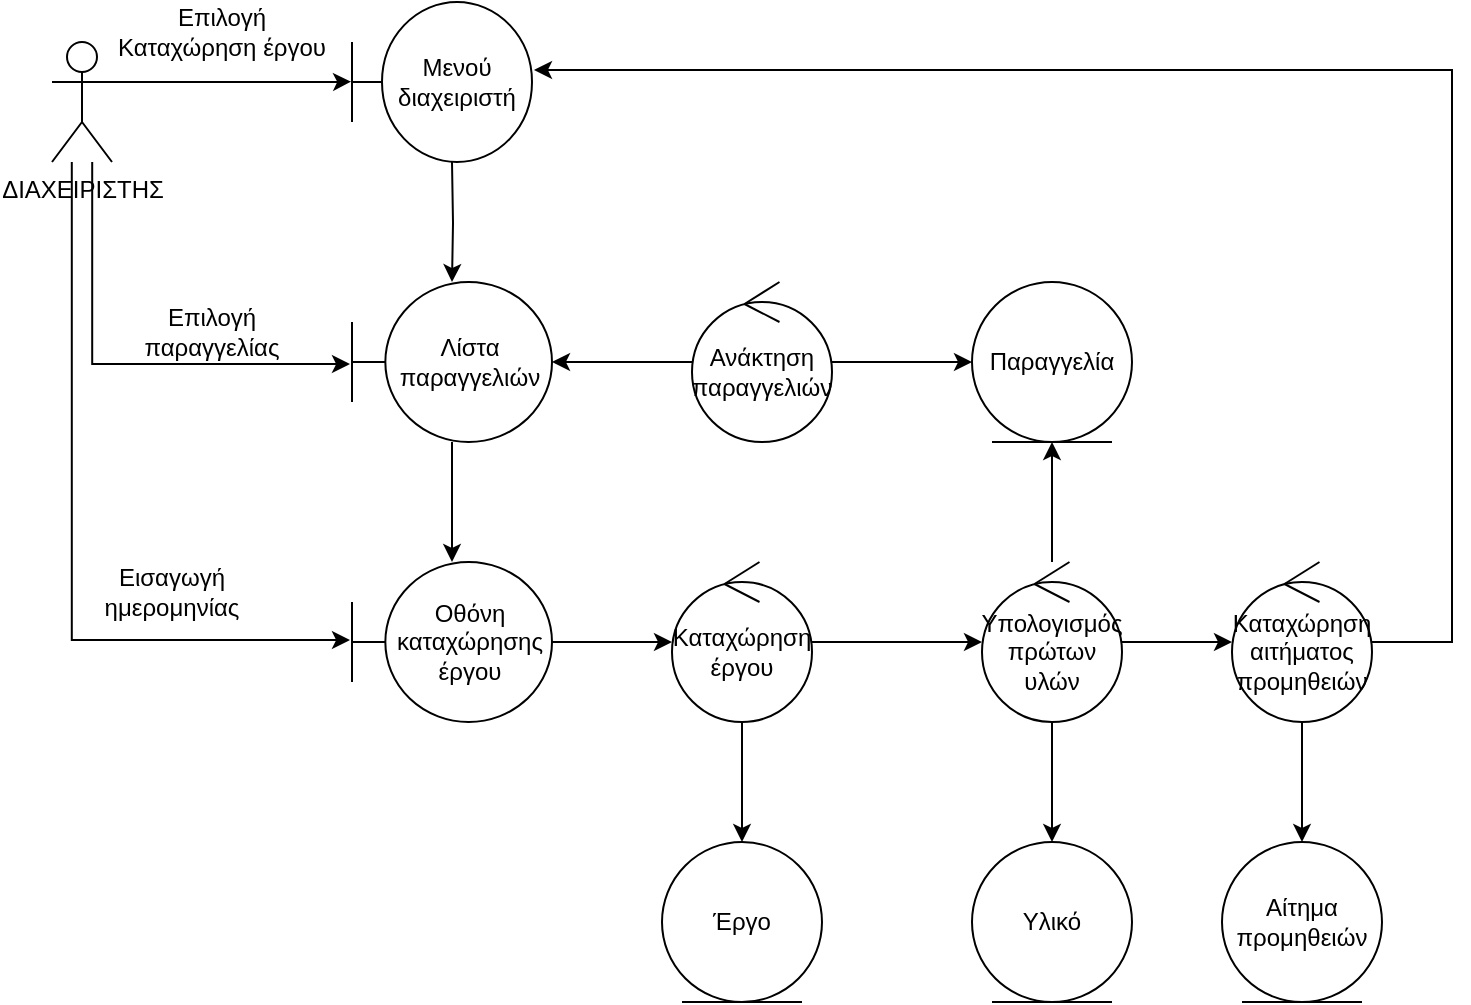
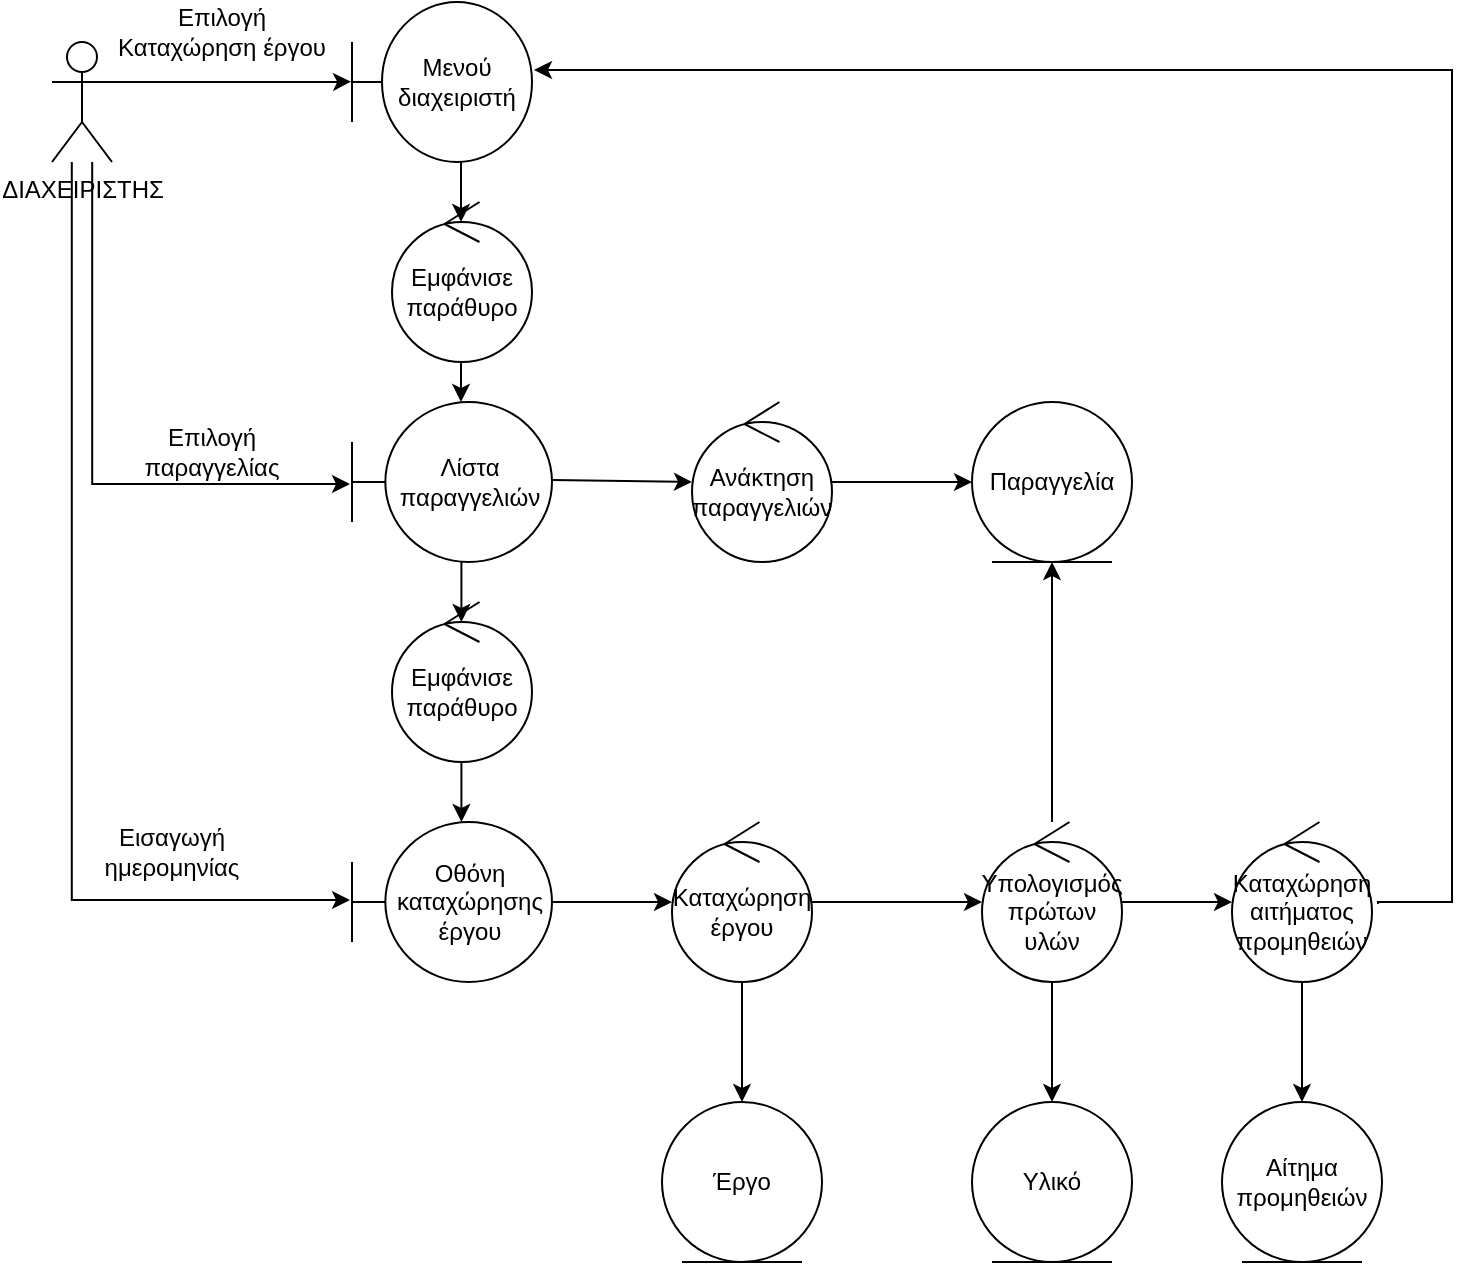
<mxfile host="Electron">
  <diagram name="Page-1" id="KaXBHMN9nKNjOLRxAqfw">
    <mxGraphModel dx="1414" dy="883" grid="1" gridSize="10" guides="1" tooltips="1" connect="1" arrows="1" fold="1" page="1" pageScale="1" pageWidth="1169" pageHeight="827" math="0" shadow="0">
      <root>
        <mxCell id="0" />
        <mxCell id="1" parent="0" />
        <mxCell id="C7lFtEQ3tHzBhNkcPl6a-1" parent="1" style="shape=umlActor;verticalLabelPosition=bottom;verticalAlign=top;html=1;outlineConnect=0;points=[[0,0.3333333333333333,0,0,0],[0,1,0,0,0],[0.25,0.1,0,0,0],[0.33,1,0,0,0],[0.5,0,0,0,0],[0.5,0.5,0,0,0],[0.67,1,0,0,0],[0.75,0.1,0,0,0],[1,0.25,0,0,0],[1,0.3333333333333333,0,0,0],[1,0.5,0,0,0],[1,0.75,0,0,0],[1,1,0,0,0]];" value="ΔΙΑΧΕΙΡΙΣΤΗΣ" vertex="1">
          <mxGeometry height="60" width="30" x="50" y="60" as="geometry" />
        </mxCell>
        <mxCell id="WimlP_M1-8_oz9CWzMH8-1" parent="1" style="shape=umlBoundary;whiteSpace=wrap;html=1;" value="Μενού διαχειριστή" vertex="1">
          <mxGeometry height="80" width="90" x="200" y="40" as="geometry" />
        </mxCell>
        <mxCell id="WimlP_M1-8_oz9CWzMH8-2" edge="1" parent="1" source="C7lFtEQ3tHzBhNkcPl6a-1" style="edgeStyle=orthogonalEdgeStyle;rounded=0;orthogonalLoop=1;jettySize=auto;html=1;exitX=1;exitY=0.3333333333333333;exitDx=0;exitDy=0;exitPerimeter=0;entryX=-0.005;entryY=0.498;entryDx=0;entryDy=0;entryPerimeter=0;" target="WimlP_M1-8_oz9CWzMH8-1">
          <mxGeometry relative="1" as="geometry">
            <Array as="points">
              <mxPoint x="190" y="80" />
              <mxPoint x="190" y="80" />
            </Array>
          </mxGeometry>
        </mxCell>
-         <mxCell id="2xPJlOj5t_SXnue6t3Ja-3" edge="1" parent="1" style="edgeStyle=orthogonalEdgeStyle;rounded=0;orthogonalLoop=1;jettySize=auto;html=1;" target="2xPJlOj5t_SXnue6t3Ja-2" value="">
-           <mxGeometry relative="1" as="geometry">
-             <mxPoint x="250" y="120" as="sourcePoint" />
-           </mxGeometry>
-         </mxCell>
        <mxCell id="WimlP_M1-8_oz9CWzMH8-9" parent="1" style="text;html=1;whiteSpace=wrap;strokeColor=none;fillColor=none;align=center;verticalAlign=middle;rounded=0;" value="Επιλογή Καταχώρηση έργου" vertex="1">
          <mxGeometry height="30" width="110" x="80" y="40" as="geometry" />
        </mxCell>
-         <mxCell id="2xPJlOj5t_SXnue6t3Ja-12" edge="1" parent="1" source="2xPJlOj5t_SXnue6t3Ja-2" style="edgeStyle=orthogonalEdgeStyle;rounded=0;orthogonalLoop=1;jettySize=auto;html=1;" target="2xPJlOj5t_SXnue6t3Ja-11" value="">
-           <mxGeometry relative="1" as="geometry" />
-         </mxCell>
        <mxCell id="2xPJlOj5t_SXnue6t3Ja-2" parent="1" style="shape=umlBoundary;whiteSpace=wrap;html=1;" value="Λίστα παραγγελιών" vertex="1">
-           <mxGeometry height="80" width="100" x="200" y="180" as="geometry" />
+           <mxGeometry height="80" width="100" x="200" y="240" as="geometry" />
        </mxCell>
        <mxCell id="2xPJlOj5t_SXnue6t3Ja-5" parent="1" style="ellipse;shape=umlEntity;whiteSpace=wrap;html=1;" value="Παραγγελία" vertex="1">
-           <mxGeometry height="80" width="80" x="510" y="180" as="geometry" />
+           <mxGeometry height="80" width="80" x="510" y="240" as="geometry" />
        </mxCell>
        <mxCell id="2xPJlOj5t_SXnue6t3Ja-7" edge="1" parent="1" source="2xPJlOj5t_SXnue6t3Ja-6" style="edgeStyle=orthogonalEdgeStyle;rounded=0;orthogonalLoop=1;jettySize=auto;html=1;" target="2xPJlOj5t_SXnue6t3Ja-5" value="">
          <mxGeometry relative="1" as="geometry" />
        </mxCell>
-         <mxCell id="2xPJlOj5t_SXnue6t3Ja-8" edge="1" parent="1" source="2xPJlOj5t_SXnue6t3Ja-6" style="edgeStyle=orthogonalEdgeStyle;rounded=0;orthogonalLoop=1;jettySize=auto;html=1;" target="2xPJlOj5t_SXnue6t3Ja-2" value="">
-           <mxGeometry relative="1" as="geometry" />
-         </mxCell>
        <mxCell id="2xPJlOj5t_SXnue6t3Ja-6" parent="1" style="ellipse;shape=umlControl;whiteSpace=wrap;html=1;" value="Ανάκτηση παραγγελιών" vertex="1">
-           <mxGeometry height="80" width="70" x="370" y="180" as="geometry" />
+           <mxGeometry height="80" width="70" x="370" y="240" as="geometry" />
        </mxCell>
        <mxCell id="2xPJlOj5t_SXnue6t3Ja-9" edge="1" parent="1" source="C7lFtEQ3tHzBhNkcPl6a-1" style="edgeStyle=orthogonalEdgeStyle;rounded=0;orthogonalLoop=1;jettySize=auto;html=1;exitX=0.67;exitY=1;exitDx=0;exitDy=0;exitPerimeter=0;entryX=-0.01;entryY=0.513;entryDx=0;entryDy=0;entryPerimeter=0;" target="2xPJlOj5t_SXnue6t3Ja-2">
          <mxGeometry relative="1" as="geometry" />
        </mxCell>
        <mxCell id="fHyCRIOJW-IVuTnZ7hrj-6" edge="1" parent="1" source="2xPJlOj5t_SXnue6t3Ja-11" style="edgeStyle=orthogonalEdgeStyle;rounded=0;orthogonalLoop=1;jettySize=auto;html=1;" target="fHyCRIOJW-IVuTnZ7hrj-5" value="">
          <mxGeometry relative="1" as="geometry" />
        </mxCell>
        <mxCell id="2xPJlOj5t_SXnue6t3Ja-11" parent="1" style="shape=umlBoundary;whiteSpace=wrap;html=1;" value="Οθόνη καταχώρησης έργου" vertex="1">
-           <mxGeometry height="80" width="100" x="200" y="320" as="geometry" />
+           <mxGeometry height="80" width="100" x="200" y="450" as="geometry" />
        </mxCell>
        <mxCell id="2xPJlOj5t_SXnue6t3Ja-13" edge="1" parent="1" source="C7lFtEQ3tHzBhNkcPl6a-1" style="edgeStyle=orthogonalEdgeStyle;rounded=0;orthogonalLoop=1;jettySize=auto;html=1;exitX=0.33;exitY=1;exitDx=0;exitDy=0;exitPerimeter=0;entryX=-0.01;entryY=0.488;entryDx=0;entryDy=0;entryPerimeter=0;" target="2xPJlOj5t_SXnue6t3Ja-11">
          <mxGeometry relative="1" as="geometry" />
        </mxCell>
        <mxCell id="fHyCRIOJW-IVuTnZ7hrj-12" edge="1" parent="1" source="IKpBRLDt8YzAEpCAvlKo-8" style="edgeStyle=orthogonalEdgeStyle;rounded=0;orthogonalLoop=1;jettySize=auto;html=1;" target="fHyCRIOJW-IVuTnZ7hrj-11" value="">
          <mxGeometry relative="1" as="geometry" />
        </mxCell>
        <mxCell id="fHyCRIOJW-IVuTnZ7hrj-14" edge="1" parent="1" source="IKpBRLDt8YzAEpCAvlKo-8" style="edgeStyle=orthogonalEdgeStyle;rounded=0;orthogonalLoop=1;jettySize=auto;html=1;" target="2xPJlOj5t_SXnue6t3Ja-5" value="">
          <mxGeometry relative="1" as="geometry" />
        </mxCell>
        <mxCell id="fHyCRIOJW-IVuTnZ7hrj-17" edge="1" parent="1" source="IKpBRLDt8YzAEpCAvlKo-8" style="edgeStyle=orthogonalEdgeStyle;rounded=0;orthogonalLoop=1;jettySize=auto;html=1;" target="fHyCRIOJW-IVuTnZ7hrj-16" value="">
          <mxGeometry relative="1" as="geometry" />
        </mxCell>
        <mxCell id="IKpBRLDt8YzAEpCAvlKo-8" parent="1" style="ellipse;shape=umlControl;whiteSpace=wrap;html=1;" value="Υπολογισμός πρώτων υλών" vertex="1">
-           <mxGeometry height="80" width="70" x="515" y="320" as="geometry" />
+           <mxGeometry height="80" width="70" x="515" y="450" as="geometry" />
        </mxCell>
        <mxCell id="BqQFBEZ0WxLTW4-dQDDD-11" parent="1" style="ellipse;shape=umlEntity;whiteSpace=wrap;html=1;" value="Έργο" vertex="1">
-           <mxGeometry height="80" width="80" x="355" y="460" as="geometry" />
+           <mxGeometry height="80" width="80" x="355" y="590" as="geometry" />
        </mxCell>
        <mxCell id="fHyCRIOJW-IVuTnZ7hrj-2" parent="1" style="text;html=1;whiteSpace=wrap;strokeColor=none;fillColor=none;align=center;verticalAlign=middle;rounded=0;" value="Επιλογή παραγγελίας" vertex="1">
-           <mxGeometry height="30" width="60" x="100" y="190" as="geometry" />
+           <mxGeometry height="30" width="60" x="100" y="250" as="geometry" />
        </mxCell>
        <mxCell id="fHyCRIOJW-IVuTnZ7hrj-3" parent="1" style="text;html=1;whiteSpace=wrap;strokeColor=none;fillColor=none;align=center;verticalAlign=middle;rounded=0;" value="Εισαγωγή ημερομηνίας" vertex="1">
-           <mxGeometry height="30" width="60" x="80" y="320" as="geometry" />
+           <mxGeometry height="30" width="60" x="80" y="450" as="geometry" />
        </mxCell>
        <mxCell id="fHyCRIOJW-IVuTnZ7hrj-7" edge="1" parent="1" source="fHyCRIOJW-IVuTnZ7hrj-5" style="edgeStyle=orthogonalEdgeStyle;rounded=0;orthogonalLoop=1;jettySize=auto;html=1;" target="BqQFBEZ0WxLTW4-dQDDD-11" value="">
          <mxGeometry relative="1" as="geometry" />
        </mxCell>
        <mxCell id="fHyCRIOJW-IVuTnZ7hrj-8" edge="1" parent="1" source="fHyCRIOJW-IVuTnZ7hrj-5" style="edgeStyle=orthogonalEdgeStyle;rounded=0;orthogonalLoop=1;jettySize=auto;html=1;" target="IKpBRLDt8YzAEpCAvlKo-8" value="">
          <mxGeometry relative="1" as="geometry" />
        </mxCell>
        <mxCell id="fHyCRIOJW-IVuTnZ7hrj-5" parent="1" style="ellipse;shape=umlControl;whiteSpace=wrap;html=1;" value="Καταχώρηση έργου" vertex="1">
-           <mxGeometry height="80" width="70" x="360" y="320" as="geometry" />
+           <mxGeometry height="80" width="70" x="360" y="450" as="geometry" />
        </mxCell>
        <mxCell id="fHyCRIOJW-IVuTnZ7hrj-10" parent="1" style="ellipse;shape=umlEntity;whiteSpace=wrap;html=1;" value="Αίτημα προμηθειών" vertex="1">
-           <mxGeometry height="80" width="80" x="635" y="460" as="geometry" />
+           <mxGeometry height="80" width="80" x="635" y="590" as="geometry" />
        </mxCell>
        <mxCell id="fHyCRIOJW-IVuTnZ7hrj-13" edge="1" parent="1" source="fHyCRIOJW-IVuTnZ7hrj-11" style="edgeStyle=orthogonalEdgeStyle;rounded=0;orthogonalLoop=1;jettySize=auto;html=1;" target="fHyCRIOJW-IVuTnZ7hrj-10" value="">
          <mxGeometry relative="1" as="geometry" />
        </mxCell>
        <mxCell id="fHyCRIOJW-IVuTnZ7hrj-11" parent="1" style="ellipse;shape=umlControl;whiteSpace=wrap;html=1;" value="Καταχώρηση αιτήματος προμηθειών" vertex="1">
-           <mxGeometry height="80" width="70" x="640" y="320" as="geometry" />
+           <mxGeometry height="80" width="70" x="640" y="450" as="geometry" />
        </mxCell>
        <mxCell id="fHyCRIOJW-IVuTnZ7hrj-16" parent="1" style="ellipse;shape=umlEntity;whiteSpace=wrap;html=1;" value="Υλικό" vertex="1">
-           <mxGeometry height="80" width="80" x="510" y="460" as="geometry" />
+           <mxGeometry height="80" width="80" x="510" y="590" as="geometry" />
        </mxCell>
-         <mxCell id="fHyCRIOJW-IVuTnZ7hrj-18" edge="1" parent="1" style="endArrow=classic;html=1;rounded=0;edgeStyle=orthogonalEdgeStyle;entryX=1.011;entryY=0.425;entryDx=0;entryDy=0;entryPerimeter=0;" target="WimlP_M1-8_oz9CWzMH8-1" value="">
+         <mxCell id="fHyCRIOJW-IVuTnZ7hrj-18" edge="1" parent="1" source="fHyCRIOJW-IVuTnZ7hrj-11" style="endArrow=classic;html=1;rounded=0;edgeStyle=orthogonalEdgeStyle;entryX=1.011;entryY=0.425;entryDx=0;entryDy=0;entryPerimeter=0;exitX=1.043;exitY=0.513;exitDx=0;exitDy=0;exitPerimeter=0;" target="WimlP_M1-8_oz9CWzMH8-1" value="">
          <mxGeometry height="50" relative="1" width="50" as="geometry">
            <Array as="points">
-               <mxPoint x="750" y="360" />
+               <mxPoint x="713" y="490" />
+               <mxPoint x="750" y="490" />
              <mxPoint x="750" y="74" />
            </Array>
            <mxPoint x="710" y="360" as="sourcePoint" />
            <mxPoint x="760" y="310" as="targetPoint" />
          </mxGeometry>
        </mxCell>
+         <mxCell id="IBYfAH3uGEYhl_1-VV95-1" edge="1" parent="1" style="endArrow=classic;html=1;rounded=0;entryX=0;entryY=0.5;entryDx=0;entryDy=0;entryPerimeter=0;" target="2xPJlOj5t_SXnue6t3Ja-6" value="">
+           <mxGeometry height="50" relative="1" width="50" as="geometry">
+             <mxPoint x="300" y="279" as="sourcePoint" />
+             <mxPoint x="350" y="279" as="targetPoint" />
+           </mxGeometry>
+         </mxCell>
+         <mxCell id="IBYfAH3uGEYhl_1-VV95-2" parent="1" style="ellipse;shape=umlControl;whiteSpace=wrap;html=1;" value="Εμφάνισε παράθυρο" vertex="1">
+           <mxGeometry height="80" width="70" x="220" y="140" as="geometry" />
+         </mxCell>
+         <mxCell id="IBYfAH3uGEYhl_1-VV95-3" edge="1" parent="1" style="endArrow=classic;html=1;rounded=0;" value="">
+           <mxGeometry height="50" relative="1" width="50" as="geometry">
+             <mxPoint x="254.5" y="120" as="sourcePoint" />
+             <mxPoint x="254.5" y="150" as="targetPoint" />
+           </mxGeometry>
+         </mxCell>
+         <mxCell id="IBYfAH3uGEYhl_1-VV95-4" parent="1" style="ellipse;shape=umlControl;whiteSpace=wrap;html=1;" value="Εμφάνισε παράθυρο" vertex="1">
+           <mxGeometry height="80" width="70" x="220" y="340" as="geometry" />
+         </mxCell>
+         <mxCell id="IBYfAH3uGEYhl_1-VV95-5" edge="1" parent="1" style="endArrow=classic;html=1;rounded=0;" value="">
+           <mxGeometry height="50" relative="1" width="50" as="geometry">
+             <mxPoint x="254.5" y="220" as="sourcePoint" />
+             <mxPoint x="254.5" y="240" as="targetPoint" />
+           </mxGeometry>
+         </mxCell>
+         <mxCell id="IBYfAH3uGEYhl_1-VV95-7" edge="1" parent="1" style="endArrow=classic;html=1;rounded=0;" value="">
+           <mxGeometry height="50" relative="1" width="50" as="geometry">
+             <mxPoint x="254.70999999999998" y="320" as="sourcePoint" />
+             <mxPoint x="254.70999999999998" y="350" as="targetPoint" />
+           </mxGeometry>
+         </mxCell>
+         <mxCell id="IBYfAH3uGEYhl_1-VV95-8" edge="1" parent="1" style="endArrow=classic;html=1;rounded=0;" value="">
+           <mxGeometry height="50" relative="1" width="50" as="geometry">
+             <mxPoint x="254.70999999999998" y="420" as="sourcePoint" />
+             <mxPoint x="254.70999999999998" y="450" as="targetPoint" />
+           </mxGeometry>
+         </mxCell>
      </root>
    </mxGraphModel>
  </diagram>
</mxfile>
